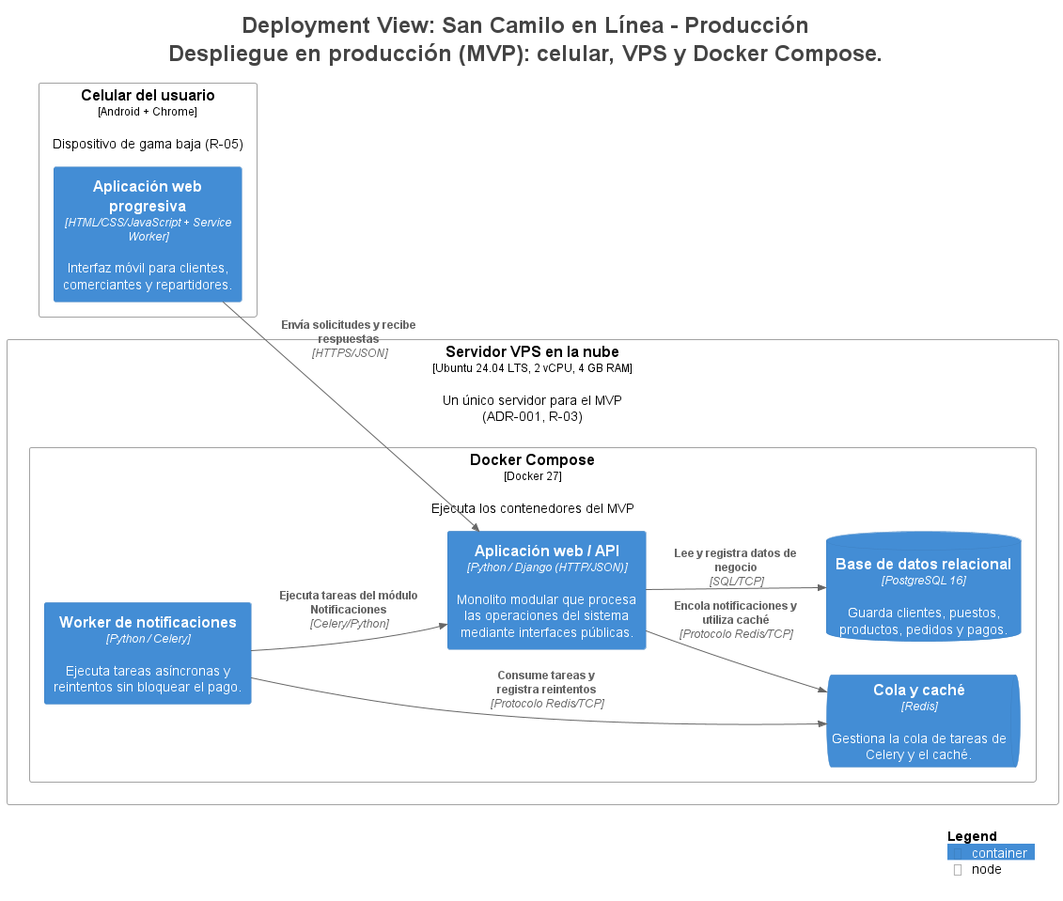
Above: docs/architecture/c4/img/Despliegue.png in paredes1234/cs-2026b-lab04-grupo07 (PlantUML), before the change.
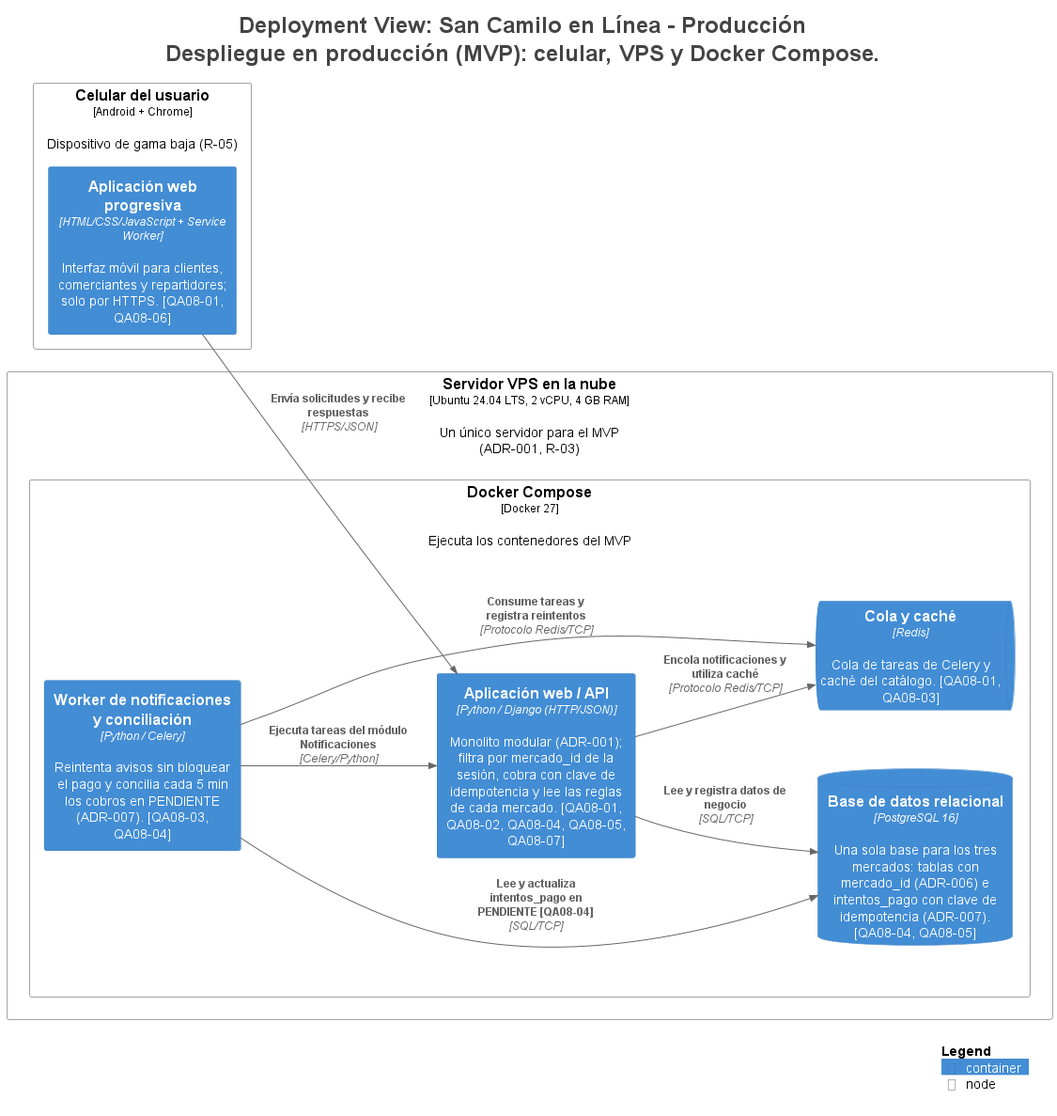
The same file after the commit.

What changed in the source:
```diff
@@ -17,24 +17,25 @@
 !include <C4/C4_Deployment>
 
 Deployment_Node(Producción.Celulardelusuario, "Celular del usuario", $type="Android + Chrome", $descr="Dispositivo de gama baja (R-05)", $tags="", $link="") {
-  Container(Producción.Celulardelusuario.Aplicaciónwebprogresiva_1, "Aplicación web progresiva", $techn="HTML/CSS/JavaScript + Service Worker", $descr="Interfaz móvil para clientes, comerciantes y repartidores.", $tags="", $link="")
+  Container(Producción.Celulardelusuario.Aplicaciónwebprogresiva_1, "Aplicación web progresiva", $techn="HTML/CSS/JavaScript + Service Worker", $descr="Interfaz móvil para clientes, comerciantes y repartidores; solo por HTTPS. [QA08-01, QA08-06]", $tags="", $link="")
 }
 
 Deployment_Node(Producción.ServidorVPSenlanube, "Servidor VPS en la nube", $type="Ubuntu 24.04 LTS, 2 vCPU, 4 GB RAM", $descr="Un único servidor para el MVP (ADR-001, R-03)", $tags="", $link="") {
   Deployment_Node(Producción.ServidorVPSenlanube.DockerCompose, "Docker Compose", $type="Docker 27", $descr="Ejecuta los contenedores del MVP", $tags="", $link="") {
-    Container(Producción.ServidorVPSenlanube.DockerCompose.AplicaciónwebAPI_1, "Aplicación web / API", $techn="Python / Django (HTTP/JSON)", $descr="Monolito modular que procesa las operaciones del sistema mediante interfaces públicas.", $tags="", $link="")
-    Container(Producción.ServidorVPSenlanube.DockerCompose.Workerdenotificaciones_1, "Worker de notificaciones", $techn="Python / Celery", $descr="Ejecuta tareas asíncronas y reintentos sin bloquear el pago.", $tags="", $link="")
-    ContainerDb(Producción.ServidorVPSenlanube.DockerCompose.Basededatosrelacional_1, "Base de datos relacional", $techn="PostgreSQL 16", $descr="Guarda clientes, puestos, productos, pedidos y pagos.", $tags="", $link="")
-    ContainerQueue(Producción.ServidorVPSenlanube.DockerCompose.Colaycaché_1, "Cola y caché", $techn="Redis", $descr="Gestiona la cola de tareas de Celery y el caché.", $tags="", $link="")
+    Container(Producción.ServidorVPSenlanube.DockerCompose.AplicaciónwebAPI_1, "Aplicación web / API", $techn="Python / Django (HTTP/JSON)", $descr="Monolito modular (ADR-001); filtra por mercado_id de la sesión, cobra con clave de idempotencia y lee las reglas de cada mercado. [QA08-01, QA08-02, QA08-04, QA08-05, QA08-07]", $tags="", $link="")
+    Container(Producción.ServidorVPSenlanube.DockerCompose.Workerdenotificacionesyconciliación_1, "Worker de notificaciones y conciliación", $techn="Python / Celery", $descr="Reintenta avisos sin bloquear el pago y concilia cada 5 min los cobros en PENDIENTE (ADR-007). [QA08-03, QA08-04]", $tags="", $link="")
+    ContainerDb(Producción.ServidorVPSenlanube.DockerCompose.Basededatosrelacional_1, "Base de datos relacional", $techn="PostgreSQL 16", $descr="Una sola base para los tres mercados: tablas con mercado_id (ADR-006) e intentos_pago con clave de idempotencia (ADR-007). [QA08-04, QA08-05]", $tags="", $link="")
+    ContainerQueue(Producción.ServidorVPSenlanube.DockerCompose.Colaycaché_1, "Cola y caché", $techn="Redis", $descr="Cola de tareas de Celery y caché del catálogo. [QA08-01, QA08-03]", $tags="", $link="")
   }
 
 }
 
 Rel(Producción.Celulardelusuario.Aplicaciónwebprogresiva_1, Producción.ServidorVPSenlanube.DockerCompose.AplicaciónwebAPI_1, "Envía solicitudes y recibe respuestas", $techn="HTTPS/JSON", $tags="", $link="")
-Rel(Producción.ServidorVPSenlanube.DockerCompose.Workerdenotificaciones_1, Producción.ServidorVPSenlanube.DockerCompose.AplicaciónwebAPI_1, "Ejecuta tareas del módulo Notificaciones", $techn="Celery/Python", $tags="", $link="")
+Rel(Producción.ServidorVPSenlanube.DockerCompose.Workerdenotificacionesyconciliación_1, Producción.ServidorVPSenlanube.DockerCompose.AplicaciónwebAPI_1, "Ejecuta tareas del módulo Notificaciones", $techn="Celery/Python", $tags="", $link="")
 Rel(Producción.ServidorVPSenlanube.DockerCompose.AplicaciónwebAPI_1, Producción.ServidorVPSenlanube.DockerCompose.Basededatosrelacional_1, "Lee y registra datos de negocio", $techn="SQL/TCP", $tags="", $link="")
+Rel(Producción.ServidorVPSenlanube.DockerCompose.Workerdenotificacionesyconciliación_1, Producción.ServidorVPSenlanube.DockerCompose.Basededatosrelacional_1, "Lee y actualiza intentos_pago en PENDIENTE [QA08-04]", $techn="SQL/TCP", $tags="", $link="")
 Rel(Producción.ServidorVPSenlanube.DockerCompose.AplicaciónwebAPI_1, Producción.ServidorVPSenlanube.DockerCompose.Colaycaché_1, "Encola notificaciones y utiliza caché", $techn="Protocolo Redis/TCP", $tags="", $link="")
-Rel(Producción.ServidorVPSenlanube.DockerCompose.Workerdenotificaciones_1, Producción.ServidorVPSenlanube.DockerCompose.Colaycaché_1, "Consume tareas y registra reintentos", $techn="Protocolo Redis/TCP", $tags="", $link="")
+Rel(Producción.ServidorVPSenlanube.DockerCompose.Workerdenotificacionesyconciliación_1, Producción.ServidorVPSenlanube.DockerCompose.Colaycaché_1, "Consume tareas y registra reintentos", $techn="Protocolo Redis/TCP", $tags="", $link="")
 
 SHOW_LEGEND(true)
 hide stereotypes
```
